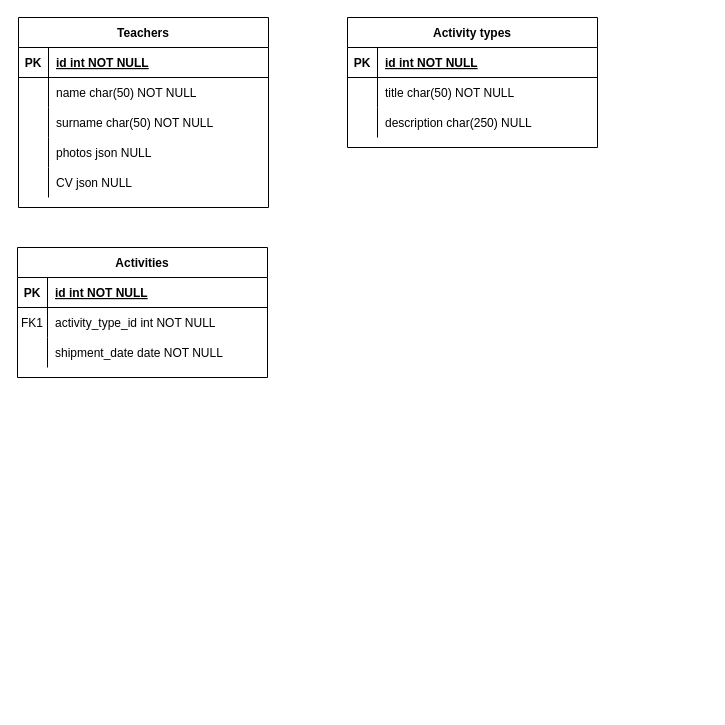
NakatoTeshika/Hypermedia-ERD keeps this draw.io diagram as Диаграмма без названия.drawio. Above is the earlier version. Source tidied: cells renumbered, new cells numbered last; positions are measured from the earlier drawing's top-left corner, leaving out a move shared by most shapes. Both pictures are drawn from the tidied source at 100%, with x=0, y=0 at pixel (17, 17).
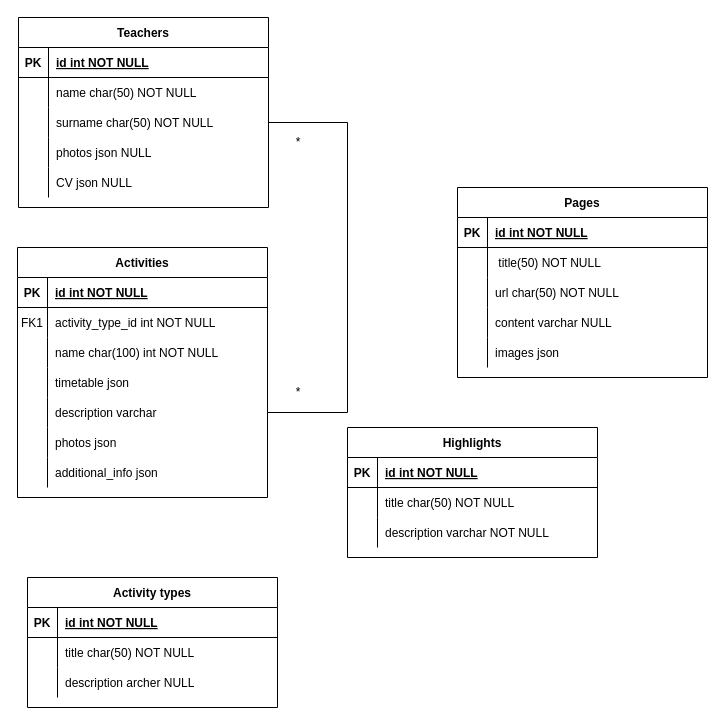
The same page after the edit.

Unchanged cells that the change refers to:
```xml
<mxCell id="9" style="shape=partialRectangle;fillColor=none;top=0;left=0;right=0;bottom=0;" parent="2" vertex="1">
  <mxGeometry y="90" width="250" height="30" as="geometry" />
</mxCell>
<mxCell id="19" style="shape=partialRectangle;fillColor=none;top=0;left=0;right=0;bottom=0;" parent="12" vertex="1">
  <mxGeometry y="90" width="250" height="30" as="geometry" />
</mxCell>
<mxCell id="29" style="shape=partialRectangle;fillColor=none;points=[[0,0.5],[1,0.5]];portConstraint=eastwest;top=0;left=0;right=0;bottom=0;" parent="22" vertex="1">
  <mxGeometry y="90" width="250" height="30" as="geometry" />
</mxCell>
```

Change to the diagram source:
```diff
@@
     <mxCell id="2" value="Activity types" style="shape=table;startSize=30;childLayout=tableLayout;rowLines=0;fontStyle=1;align=center;" parent="1" vertex="1">
-      <mxGeometry x="330" width="250" height="130" as="geometry" />
+      <mxGeometry x="10" y="560" width="250" height="130" as="geometry" />
     </mxCell>
@@
-    <mxCell id="11" value="description char(250) NULL" style="shape=partialRectangle;overflow=hidden;fillColor=none;top=0;left=0;bottom=0;right=0;align=left;spacingLeft=6;" parent="9" vertex="1">
+    <mxCell id="11" value="description archer NULL" style="shape=partialRectangle;overflow=hidden;fillColor=none;top=0;left=0;bottom=0;right=0;align=left;spacingLeft=6;" parent="9" vertex="1">
       <mxGeometry x="30" width="220" height="30" as="geometry" />
     </mxCell>
     <mxCell id="12" value="Activities" style="shape=table;startSize=30;childLayout=tableLayout;rowLines=0;fontStyle=1;align=center;" parent="1" vertex="1">
-      <mxGeometry y="230" width="250" height="130" as="geometry" />
+      <mxGeometry y="230" width="250" height="250" as="geometry" />
     </mxCell>
@@
-    <mxCell id="21" value="shipment_date date NOT NULL" style="shape=partialRectangle;overflow=hidden;fillColor=none;top=0;left=0;bottom=0;right=0;align=left;spacingLeft=6;" parent="19" vertex="1">
+    <mxCell id="21" value="name char(100) int NOT NULL" style="shape=partialRectangle;overflow=hidden;fillColor=none;top=0;left=0;bottom=0;right=0;align=left;spacingLeft=6;" parent="19" vertex="1">
       <mxGeometry x="30" width="220" height="30" as="geometry" />
     </mxCell>
+    <mxCell id="38" style="shape=partialRectangle;fillColor=none;top=0;left=0;right=0;bottom=0;" parent="12" vertex="1">
+      <mxGeometry y="120" width="250" height="30" as="geometry" />
+    </mxCell>
+    <mxCell id="39" style="shape=partialRectangle;overflow=hidden;fillColor=none;top=0;left=0;bottom=0;right=0;" parent="38" vertex="1">
+      <mxGeometry width="30" height="30" as="geometry" />
+    </mxCell>
+    <mxCell id="40" value="timetable json" style="shape=partialRectangle;overflow=hidden;fillColor=none;top=0;left=0;bottom=0;right=0;align=left;spacingLeft=6;" parent="38" vertex="1">
+      <mxGeometry x="30" width="220" height="30" as="geometry" />
+    </mxCell>
+    <mxCell id="41" style="shape=partialRectangle;fillColor=none;points=[[0,0.5],[1,0.5]];portConstraint=eastwest;top=0;left=0;right=0;bottom=0;" parent="12" vertex="1">
+      <mxGeometry y="150" width="250" height="30" as="geometry" />
+    </mxCell>
+    <mxCell id="42" style="shape=partialRectangle;overflow=hidden;fillColor=none;top=0;left=0;bottom=0;right=0;" parent="41" vertex="1">
+      <mxGeometry width="30" height="30" as="geometry" />
+    </mxCell>
+    <mxCell id="43" value="description varchar" style="shape=partialRectangle;overflow=hidden;fillColor=none;top=0;left=0;bottom=0;right=0;align=left;spacingLeft=6;" parent="41" vertex="1">
+      <mxGeometry x="30" width="220" height="30" as="geometry" />
+    </mxCell>
+    <mxCell id="44" style="shape=partialRectangle;fillColor=none;top=0;left=0;right=0;bottom=0;" parent="12" vertex="1">
+      <mxGeometry y="180" width="250" height="30" as="geometry" />
+    </mxCell>
+    <mxCell id="45" style="shape=partialRectangle;overflow=hidden;fillColor=none;top=0;left=0;bottom=0;right=0;" parent="44" vertex="1">
+      <mxGeometry width="30" height="30" as="geometry" />
+    </mxCell>
+    <mxCell id="46" value="photos json" style="shape=partialRectangle;overflow=hidden;fillColor=none;top=0;left=0;bottom=0;right=0;align=left;spacingLeft=6;" parent="44" vertex="1">
+      <mxGeometry x="30" width="220" height="30" as="geometry" />
+    </mxCell>
+    <mxCell id="47" style="shape=partialRectangle;fillColor=none;top=0;left=0;right=0;bottom=0;" parent="12" vertex="1">
+      <mxGeometry y="210" width="250" height="30" as="geometry" />
+    </mxCell>
+    <mxCell id="48" style="shape=partialRectangle;overflow=hidden;fillColor=none;top=0;left=0;bottom=0;right=0;" parent="47" vertex="1">
+      <mxGeometry width="30" height="30" as="geometry" />
+    </mxCell>
+    <mxCell id="49" value="additional_info json" style="shape=partialRectangle;overflow=hidden;fillColor=none;top=0;left=0;bottom=0;right=0;align=left;spacingLeft=6;" parent="47" vertex="1">
+      <mxGeometry x="30" width="220" height="30" as="geometry" />
+    </mxCell>
@@
+    <mxCell id="50" value="Highlights" style="shape=table;startSize=30;childLayout=tableLayout;rowLines=0;fontStyle=1;align=center;" parent="1" vertex="1">
+      <mxGeometry x="330" y="410" width="250" height="130" as="geometry" />
+    </mxCell>
+    <mxCell id="51" style="shape=partialRectangle;fillColor=none;top=0;left=0;right=0;bottom=1;" parent="50" vertex="1">
+      <mxGeometry y="30" width="250" height="30" as="geometry" />
+    </mxCell>
+    <mxCell id="52" value="PK" style="shape=partialRectangle;overflow=hidden;fillColor=none;top=0;left=0;bottom=0;right=0;fontStyle=1;" parent="51" vertex="1">
+      <mxGeometry width="30" height="30" as="geometry" />
+    </mxCell>
+    <mxCell id="53" value="id int NOT NULL" style="shape=partialRectangle;overflow=hidden;fillColor=none;top=0;left=0;bottom=0;right=0;align=left;spacingLeft=6;fontStyle=5;" parent="51" vertex="1">
+      <mxGeometry x="30" width="220" height="30" as="geometry" />
+    </mxCell>
+    <mxCell id="54" style="shape=partialRectangle;fillColor=none;top=0;left=0;right=0;bottom=0;" parent="50" vertex="1">
+      <mxGeometry y="60" width="250" height="30" as="geometry" />
+    </mxCell>
+    <mxCell id="55" style="shape=partialRectangle;overflow=hidden;fillColor=none;top=0;left=0;bottom=0;right=0;" parent="54" vertex="1">
+      <mxGeometry width="30" height="30" as="geometry" />
+    </mxCell>
+    <mxCell id="56" value="title char(50) NOT NULL" style="shape=partialRectangle;overflow=hidden;fillColor=none;top=0;left=0;bottom=0;right=0;align=left;spacingLeft=6;" parent="54" vertex="1">
+      <mxGeometry x="30" width="220" height="30" as="geometry" />
+    </mxCell>
+    <mxCell id="57" style="shape=partialRectangle;fillColor=none;top=0;left=0;right=0;bottom=0;" parent="50" vertex="1">
+      <mxGeometry y="90" width="250" height="30" as="geometry" />
+    </mxCell>
+    <mxCell id="58" style="shape=partialRectangle;overflow=hidden;fillColor=none;top=0;left=0;bottom=0;right=0;" parent="57" vertex="1">
+      <mxGeometry width="30" height="30" as="geometry" />
+    </mxCell>
+    <mxCell id="59" value="description varchar NOT NULL" style="shape=partialRectangle;overflow=hidden;fillColor=none;top=0;left=0;bottom=0;right=0;align=left;spacingLeft=6;" parent="57" vertex="1">
+      <mxGeometry x="30" width="220" height="30" as="geometry" />
+    </mxCell>
+    <mxCell id="60" value="Pages" style="shape=table;startSize=30;childLayout=tableLayout;rowLines=0;fontStyle=1;align=center;" parent="1" vertex="1">
+      <mxGeometry x="440" y="170" width="250" height="190" as="geometry" />
+    </mxCell>
+    <mxCell id="61" style="shape=partialRectangle;fillColor=none;top=0;left=0;right=0;bottom=1;" parent="60" vertex="1">
+      <mxGeometry y="30" width="250" height="30" as="geometry" />
+    </mxCell>
+    <mxCell id="62" value="PK" style="shape=partialRectangle;overflow=hidden;fillColor=none;top=0;left=0;bottom=0;right=0;fontStyle=1;" parent="61" vertex="1">
+      <mxGeometry width="30" height="30" as="geometry" />
+    </mxCell>
+    <mxCell id="63" value="id int NOT NULL" style="shape=partialRectangle;overflow=hidden;fillColor=none;top=0;left=0;bottom=0;right=0;align=left;spacingLeft=6;fontStyle=5;" parent="61" vertex="1">
+      <mxGeometry x="30" width="220" height="30" as="geometry" />
+    </mxCell>
+    <mxCell id="64" style="shape=partialRectangle;fillColor=none;top=0;left=0;right=0;bottom=0;" parent="60" vertex="1">
+      <mxGeometry y="60" width="250" height="30" as="geometry" />
+    </mxCell>
+    <mxCell id="65" style="shape=partialRectangle;overflow=hidden;fillColor=none;top=0;left=0;bottom=0;right=0;" parent="64" vertex="1">
+      <mxGeometry width="30" height="30" as="geometry" />
+    </mxCell>
+    <mxCell id="66" value=" title(50) NOT NULL" style="shape=partialRectangle;overflow=hidden;fillColor=none;top=0;left=0;bottom=0;right=0;align=left;spacingLeft=6;" parent="64" vertex="1">
+      <mxGeometry x="30" width="220" height="30" as="geometry" />
+    </mxCell>
+    <mxCell id="67" style="shape=partialRectangle;fillColor=none;top=0;left=0;right=0;bottom=0;" parent="60" vertex="1">
+      <mxGeometry y="90" width="250" height="30" as="geometry" />
+    </mxCell>
+    <mxCell id="68" style="shape=partialRectangle;overflow=hidden;fillColor=none;top=0;left=0;bottom=0;right=0;" parent="67" vertex="1">
+      <mxGeometry width="30" height="30" as="geometry" />
+    </mxCell>
+    <mxCell id="69" value="url char(50) NOT NULL" style="shape=partialRectangle;overflow=hidden;fillColor=none;top=0;left=0;bottom=0;right=0;align=left;spacingLeft=6;" parent="67" vertex="1">
+      <mxGeometry x="30" width="220" height="30" as="geometry" />
+    </mxCell>
+    <mxCell id="70" style="shape=partialRectangle;fillColor=none;top=0;left=0;right=0;bottom=0;" parent="60" vertex="1">
+      <mxGeometry y="120" width="250" height="30" as="geometry" />
+    </mxCell>
+    <mxCell id="71" style="shape=partialRectangle;overflow=hidden;fillColor=none;top=0;left=0;bottom=0;right=0;" parent="70" vertex="1">
+      <mxGeometry width="30" height="30" as="geometry" />
+    </mxCell>
+    <mxCell id="72" value="content varchar NULL" style="shape=partialRectangle;overflow=hidden;fillColor=none;top=0;left=0;bottom=0;right=0;align=left;spacingLeft=6;" parent="70" vertex="1">
+      <mxGeometry x="30" width="220" height="30" as="geometry" />
+    </mxCell>
+    <mxCell id="73" style="shape=partialRectangle;fillColor=none;top=0;left=0;right=0;bottom=0;" parent="60" vertex="1">
+      <mxGeometry y="150" width="250" height="30" as="geometry" />
+    </mxCell>
+    <mxCell id="74" style="shape=partialRectangle;overflow=hidden;fillColor=none;top=0;left=0;bottom=0;right=0;" parent="73" vertex="1">
+      <mxGeometry width="30" height="30" as="geometry" />
+    </mxCell>
+    <mxCell id="75" value="images json" style="shape=partialRectangle;overflow=hidden;fillColor=none;top=0;left=0;bottom=0;right=0;align=left;spacingLeft=6;" parent="73" vertex="1">
+      <mxGeometry x="30" width="220" height="30" as="geometry" />
+    </mxCell>
+    <mxCell id="76" style="edgeStyle=none;rounded=0;jettySize=auto;html=1;exitX=1;exitY=0.5;exitDx=0;exitDy=0;entryX=1;entryY=0.5;entryDx=0;entryDy=0;endArrow=none;startFill=0;" parent="1" edge="1" source="29" target="41">
+      <mxGeometry relative="1" as="geometry">
+        <Array as="points">
+          <mxPoint x="330" y="105" />
+          <mxPoint x="330" y="395" />
+        </Array>
+      </mxGeometry>
+    </mxCell>
+    <mxCell id="77" value="*" style="text;html=1;align=center;verticalAlign=middle;whiteSpace=wrap;rounded=0;" parent="1" vertex="1">
+      <mxGeometry x="251" y="110" width="60" height="30" as="geometry" />
+    </mxCell>
+    <mxCell id="78" value="*" style="text;html=1;align=center;verticalAlign=middle;whiteSpace=wrap;rounded=0;" parent="1" vertex="1">
+      <mxGeometry x="251" y="360" width="60" height="30" as="geometry" />
+    </mxCell>
```
